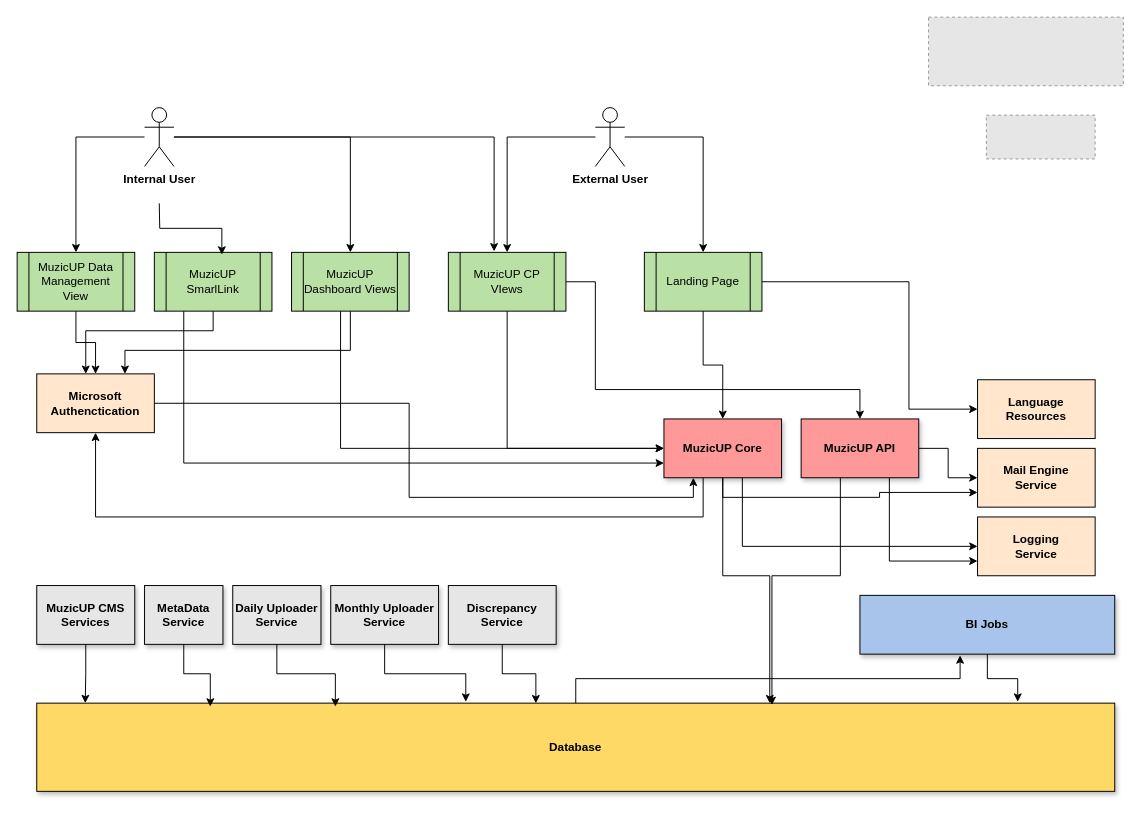
IsmailIbrahim84/ARPU keeps this draw.io diagram as page "MuzicUP Components Architecture" (3 of 4) of Untitled Diagram.drawio. Above is the earlier version. Source tidied: cells renumbered, new cells numbered last; positions are measured from the earlier drawing's top-left corner, leaving out a move shared by most shapes. Both pictures are drawn from the tidied source at 98%, with x=0, y=0 at pixel (17, 17). Pictures stored in the file or linked from it are replaced by grey dashed boxes.
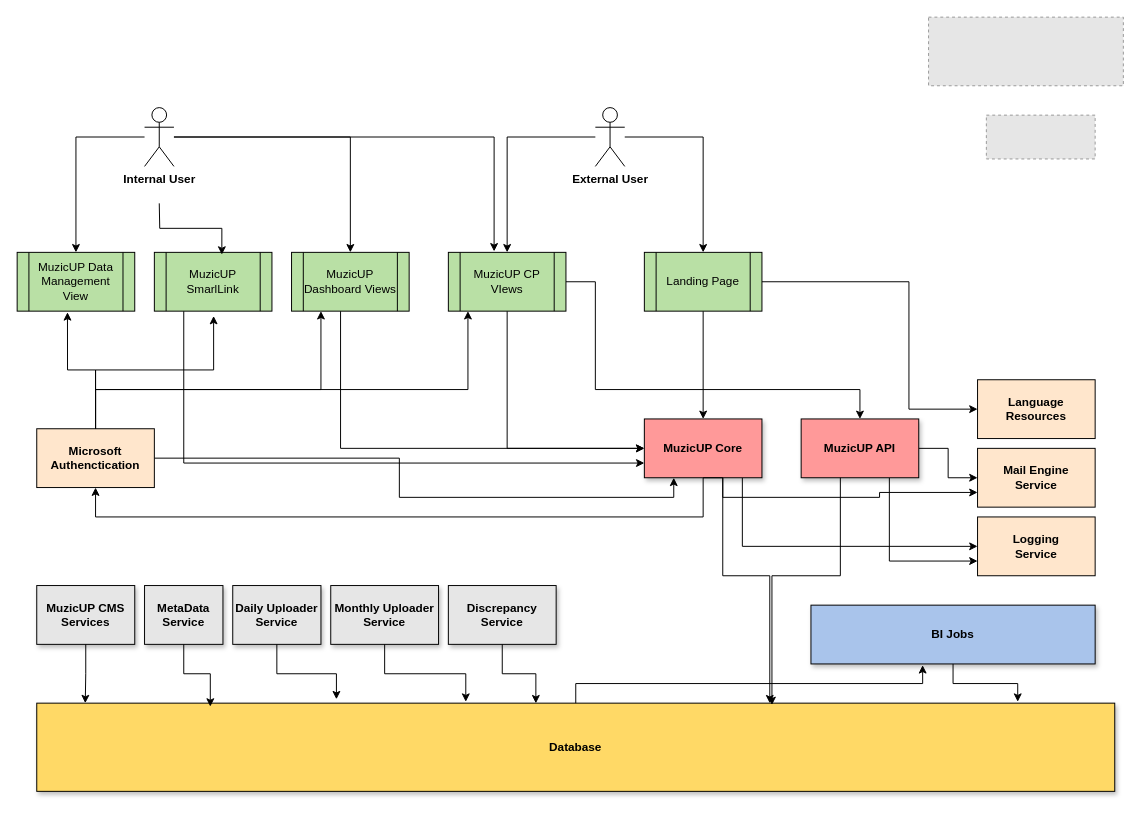
The same diagram, later.

Unchanged cells that the change refers to:
```xml
<mxCell id="2" value="&lt;b&gt;Database&lt;/b&gt;" style="rounded=0;whiteSpace=wrap;html=1;shadow=1;fillColor=#FFD966;" parent="1" vertex="1">
  <mxGeometry x="20" y="700" width="1100" height="90" as="geometry" />
</mxCell>
<mxCell id="4" value="Daily Uploader Service" style="rounded=0;whiteSpace=wrap;html=1;shadow=1;fillColor=#E6E6E6;fontStyle=1;" parent="1" vertex="1">
  <mxGeometry x="220" y="580" width="90" height="60" as="geometry" />
</mxCell>
<mxCell id="26" value="MuzicUP Dashboard Views" style="shape=process;whiteSpace=wrap;html=1;backgroundOutline=1;fillColor=#B9E0A5;" parent="1" vertex="1">
  <mxGeometry x="280" y="240" width="120" height="60" as="geometry" />
</mxCell>
<mxCell id="29" value="MuzicUP CP VIews" style="shape=process;whiteSpace=wrap;html=1;backgroundOutline=1;fillColor=#B9E0A5;" parent="1" vertex="1">
  <mxGeometry x="440" y="240" width="120" height="60" as="geometry" />
</mxCell>
<mxCell id="33" value="MuzicUP SmarlLink" style="shape=process;whiteSpace=wrap;html=1;backgroundOutline=1;fillColor=#B9E0A5;" parent="1" vertex="1">
  <mxGeometry x="140" y="240" width="120" height="60" as="geometry" />
</mxCell>
<mxCell id="51" value="MuzicUP Data Management View" style="shape=process;whiteSpace=wrap;html=1;backgroundOutline=1;fillColor=#B9E0A5;" parent="1" vertex="1">
  <mxGeometry y="240" width="120" height="60" as="geometry" />
</mxCell>
```

What changed in the source:
```diff
@@
     <mxCell id="3" value="BI Jobs" style="rounded=0;whiteSpace=wrap;html=1;fillColor=#A9C4EB;shadow=1;fontStyle=1;" parent="1" vertex="1">
-      <mxGeometry x="860" y="590" width="260" height="60" as="geometry" />
+      <mxGeometry x="810" y="600" width="290" height="60" as="geometry" />
     </mxCell>
@@
-    <mxCell id="10" style="edgeStyle=orthogonalEdgeStyle;rounded=0;jettySize=auto;html=1;entryX=0.277;entryY=0.039;entryDx=0;entryDy=0;entryPerimeter=0;" parent="1" edge="1" source="4" target="2">
+    <mxCell id="10" style="edgeStyle=orthogonalEdgeStyle;rounded=0;jettySize=auto;html=1;entryX=0.278;entryY=-0.044;entryDx=0;entryDy=0;entryPerimeter=0;" parent="1" edge="1" source="4" target="2">
       <mxGeometry relative="1" as="geometry" />
     </mxCell>
@@
-    <mxCell id="25" style="edgeStyle=orthogonalEdgeStyle;rounded=0;jettySize=auto;html=1;entryX=0.75;entryY=0;entryDx=0;entryDy=0;" parent="1" edge="1" source="26" target="43">
-      <mxGeometry relative="1" as="geometry">
-        <Array as="points">
-          <mxPoint x="340" y="340" />
-          <mxPoint x="110" y="340" />
-        </Array>
-      </mxGeometry>
-    </mxCell>
@@
-    <mxCell id="32" style="edgeStyle=orthogonalEdgeStyle;rounded=0;jettySize=auto;html=1;" parent="1" edge="1" source="33" target="43">
-      <mxGeometry relative="1" as="geometry">
-        <Array as="points">
-          <mxPoint x="200" y="320" />
-          <mxPoint x="70" y="320" />
-        </Array>
-      </mxGeometry>
-    </mxCell>
@@
     <mxCell id="37" value="MuzicUP Core" style="rounded=0;whiteSpace=wrap;html=1;shadow=1;fillColor=#FF9999;fontStyle=1;" parent="1" vertex="1">
-      <mxGeometry x="660" y="410" width="120" height="60" as="geometry" />
+      <mxGeometry x="640" y="410" width="120" height="60" as="geometry" />
     </mxCell>
@@
+    <mxCell id="54" style="edgeStyle=orthogonalEdgeStyle;rounded=0;jettySize=auto;html=1;" parent="1" edge="1" source="43" target="29">
+      <mxGeometry relative="1" as="geometry">
+        <Array as="points">
+          <mxPoint x="80" y="380" />
+          <mxPoint x="460" y="380" />
+        </Array>
+      </mxGeometry>
+    </mxCell>
+    <mxCell id="55" style="edgeStyle=orthogonalEdgeStyle;rounded=0;jettySize=auto;html=1;entryX=0.25;entryY=1;entryDx=0;entryDy=0;" parent="1" edge="1" source="43" target="26">
+      <mxGeometry relative="1" as="geometry">
+        <Array as="points">
+          <mxPoint x="80" y="380" />
+          <mxPoint x="310" y="380" />
+        </Array>
+      </mxGeometry>
+    </mxCell>
     <mxCell id="43" value="Microsoft Authenctication" style="rounded=0;whiteSpace=wrap;html=1;fillColor=#FFE6CC;fontStyle=1;" parent="1" vertex="1">
-      <mxGeometry x="20" y="364" width="120" height="60" as="geometry" />
+      <mxGeometry x="20" y="420" width="120" height="60" as="geometry" />
     </mxCell>
@@
-    <mxCell id="50" style="edgeStyle=orthogonalEdgeStyle;rounded=0;jettySize=auto;html=1;" parent="1" edge="1" source="51" target="43">
-      <mxGeometry relative="1" as="geometry" />
-    </mxCell>
@@
+    <mxCell id="56" style="edgeStyle=orthogonalEdgeStyle;rounded=0;jettySize=auto;html=1;exitX=0.5;exitY=0;exitDx=0;exitDy=0;entryX=0.504;entryY=1.082;entryDx=0;entryDy=0;entryPerimeter=0;" parent="1" edge="1" source="43" target="33">
+      <mxGeometry relative="1" as="geometry" />
+    </mxCell>
+    <mxCell id="57" style="edgeStyle=orthogonalEdgeStyle;rounded=0;jettySize=auto;html=1;entryX=0.428;entryY=1.019;entryDx=0;entryDy=0;entryPerimeter=0;" parent="1" edge="1" source="43" target="51">
+      <mxGeometry relative="1" as="geometry" />
+    </mxCell>
```
